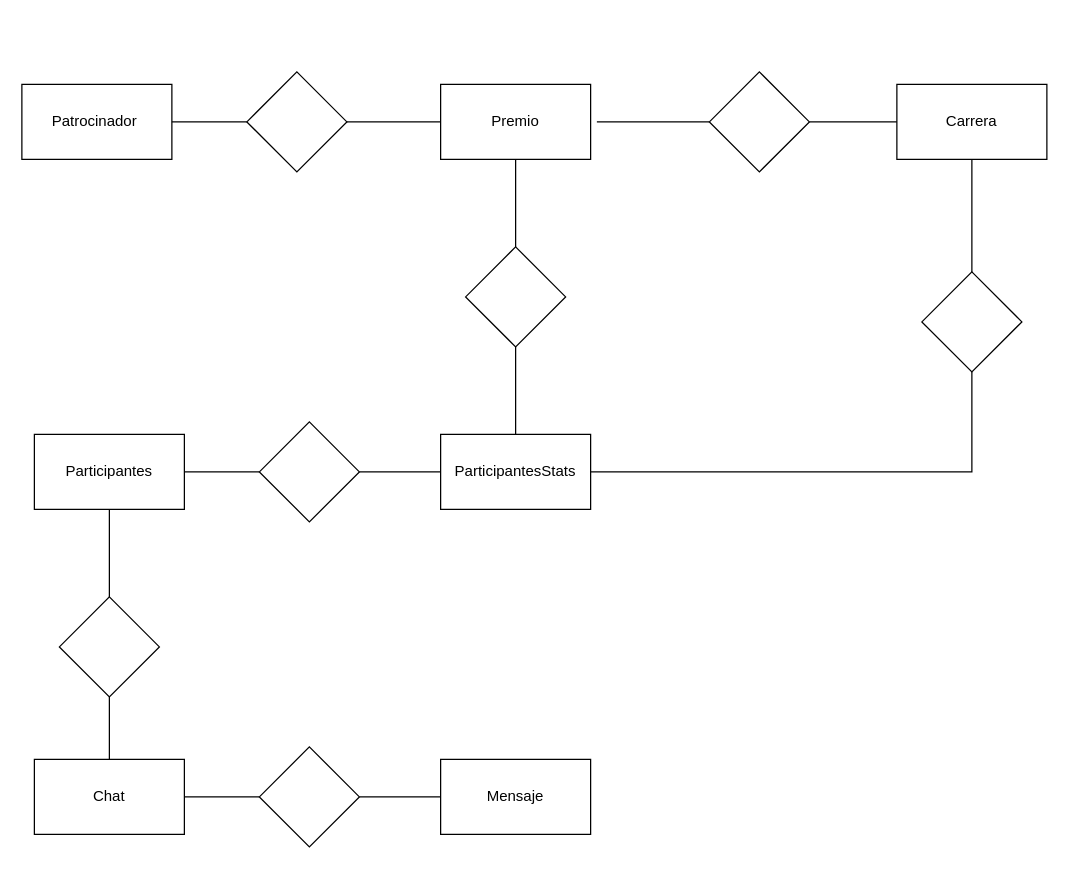
JosueMatamoros/AthleticsRaceDB keeps this draw.io diagram as Diagram/entidad-relacion.drawio. Above is the earlier version. Source tidied: cells renumbered, new cells numbered last; positions are measured from the earlier drawing's top-left corner, leaving out a move shared by most shapes. Both pictures are drawn from the tidied source at 125%, with x=0, y=0 at pixel (21, 71).
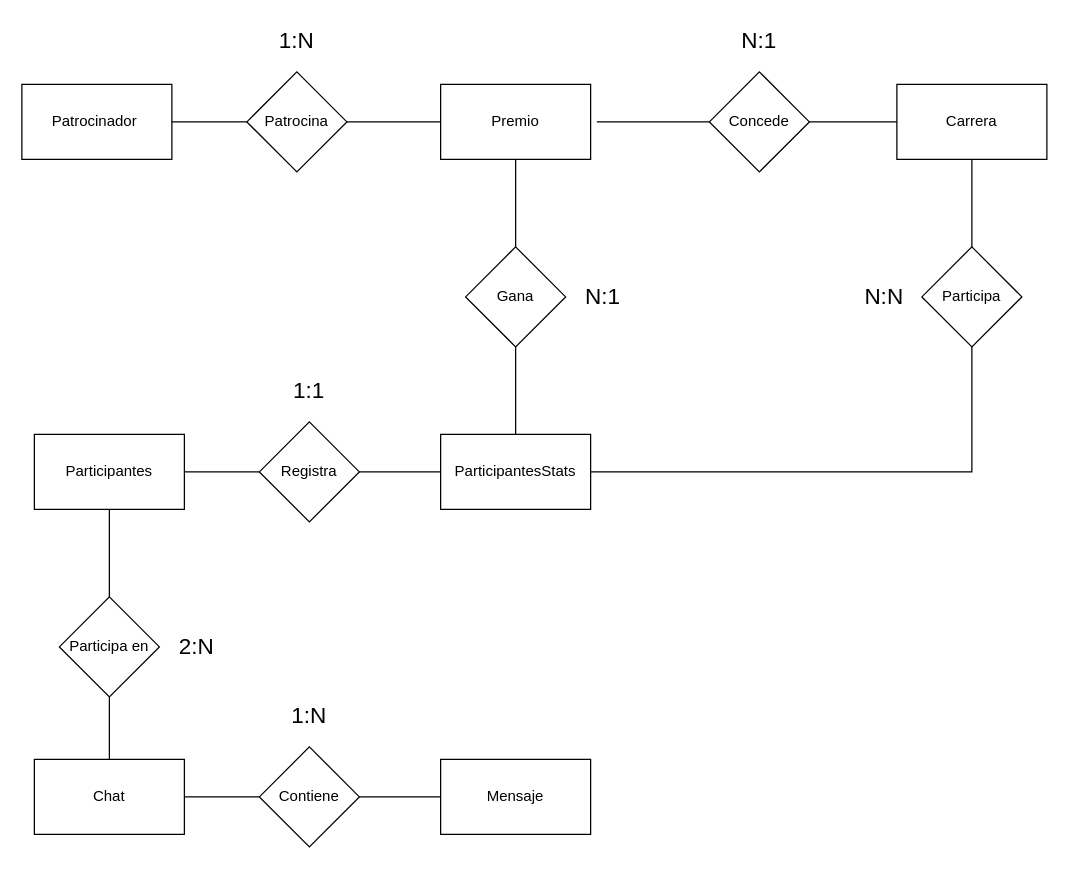
Above is the later version.

Diff of the diagram source:
```diff
@@
-    <mxCell id="9" style="rhombus;whiteSpace=wrap;html=1;" parent="1" vertex="1">
+    <mxCell id="9" value="Patrocina" style="rhombus;whiteSpace=wrap;html=1;" parent="1" vertex="1">
       <mxGeometry x="180" width="80" height="80" as="geometry" />
     </mxCell>
-    <mxCell id="10" style="rhombus;whiteSpace=wrap;html=1;" parent="1" vertex="1">
+    <mxCell id="10" value="Concede" style="rhombus;whiteSpace=wrap;html=1;" parent="1" vertex="1">
       <mxGeometry x="550" width="80" height="80" as="geometry" />
     </mxCell>
@@
-    <mxCell id="15" style="rhombus;whiteSpace=wrap;html=1;" parent="1" vertex="1">
+    <mxCell id="15" value="Registra" style="rhombus;whiteSpace=wrap;html=1;" parent="1" vertex="1">
       <mxGeometry x="190" y="280" width="80" height="80" as="geometry" />
     </mxCell>
@@
-    <mxCell id="18" style="rhombus;whiteSpace=wrap;html=1;" parent="1" vertex="1">
-      <mxGeometry x="720" y="160" width="80" height="80" as="geometry" />
+    <mxCell id="18" value="Participa" style="rhombus;whiteSpace=wrap;html=1;" parent="1" vertex="1">
+      <mxGeometry x="720" y="140" width="80" height="80" as="geometry" />
     </mxCell>
@@
-    <mxCell id="21" style="rhombus;whiteSpace=wrap;html=1;" parent="1" vertex="1">
+    <mxCell id="21" value="Gana" style="rhombus;whiteSpace=wrap;html=1;" parent="1" vertex="1">
       <mxGeometry x="355" y="140" width="80" height="80" as="geometry" />
     </mxCell>
@@
-    <mxCell id="24" style="rhombus;whiteSpace=wrap;html=1;" parent="1" vertex="1">
+    <mxCell id="24" value="Contiene" style="rhombus;whiteSpace=wrap;html=1;" parent="1" vertex="1">
       <mxGeometry x="190" y="540" width="80" height="80" as="geometry" />
     </mxCell>
@@
-    <mxCell id="27" style="rhombus;whiteSpace=wrap;html=1;" parent="1" vertex="1">
+    <mxCell id="27" value="Participa en" style="rhombus;whiteSpace=wrap;html=1;" parent="1" vertex="1">
       <mxGeometry x="30" y="420" width="80" height="80" as="geometry" />
     </mxCell>
@@
+    <mxCell id="30" value="&lt;font style=&quot;font-size: 18px;&quot;&gt;N:1&lt;/font&gt;" style="text;html=1;align=center;verticalAlign=middle;whiteSpace=wrap;rounded=0;" parent="1" vertex="1">
+      <mxGeometry x="560" y="-40" width="60" height="30" as="geometry" />
+    </mxCell>
+    <mxCell id="31" value="&lt;span style=&quot;font-size: 18px;&quot;&gt;1:N&lt;/span&gt;" style="text;html=1;align=center;verticalAlign=middle;whiteSpace=wrap;rounded=0;" parent="1" vertex="1">
+      <mxGeometry x="190" y="-40" width="60" height="30" as="geometry" />
+    </mxCell>
+    <mxCell id="32" value="&lt;span style=&quot;font-size: 18px;&quot;&gt;N:1&lt;/span&gt;" style="text;html=1;align=center;verticalAlign=middle;whiteSpace=wrap;rounded=0;" parent="1" vertex="1">
+      <mxGeometry x="435" y="165" width="60" height="30" as="geometry" />
+    </mxCell>
+    <mxCell id="33" value="&lt;span style=&quot;font-size: 18px;&quot;&gt;1:1&lt;/span&gt;" style="text;html=1;align=center;verticalAlign=middle;whiteSpace=wrap;rounded=0;" parent="1" vertex="1">
+      <mxGeometry x="200" y="240" width="60" height="30" as="geometry" />
+    </mxCell>
+    <mxCell id="34" value="&lt;span style=&quot;font-size: 18px;&quot;&gt;2:N&lt;/span&gt;" style="text;html=1;align=center;verticalAlign=middle;whiteSpace=wrap;rounded=0;" parent="1" vertex="1">
+      <mxGeometry x="110" y="445" width="60" height="30" as="geometry" />
+    </mxCell>
+    <mxCell id="35" value="&lt;span style=&quot;font-size: 18px;&quot;&gt;1:N&lt;/span&gt;" style="text;html=1;align=center;verticalAlign=middle;whiteSpace=wrap;rounded=0;" parent="1" vertex="1">
+      <mxGeometry x="200" y="500" width="60" height="30" as="geometry" />
+    </mxCell>
+    <mxCell id="36" value="&lt;span style=&quot;font-size: 18px;&quot;&gt;N:N&lt;/span&gt;" style="text;html=1;align=center;verticalAlign=middle;whiteSpace=wrap;rounded=0;" parent="1" vertex="1">
+      <mxGeometry x="660" y="165" width="60" height="30" as="geometry" />
+    </mxCell>
```
